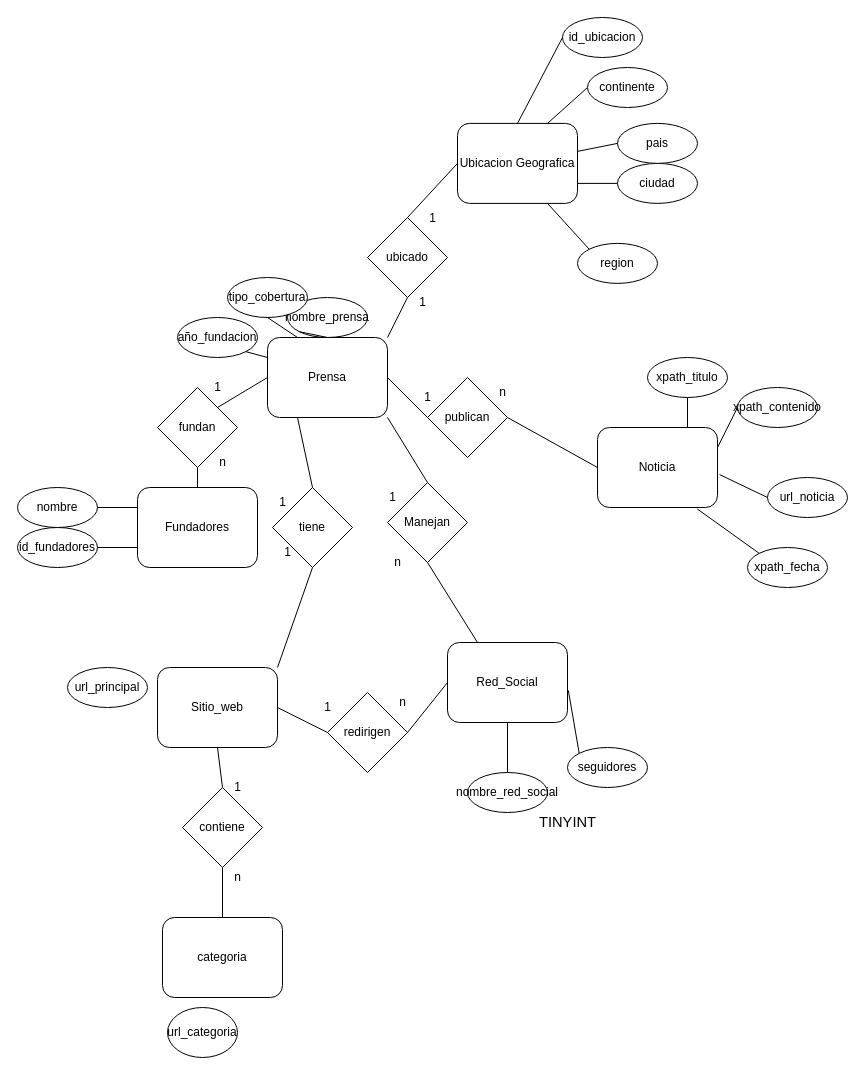
This is Parte-A/CubaMedios.drawio from Paskiben/INFO133-equipo12, a draw.io file, before an edit. Source tidied: cells renumbered, new cells numbered last; positions are measured from the earlier drawing's top-left corner, leaving out a move shared by most shapes. Both pictures are drawn from the tidied source at 100%, with x=0, y=0 at pixel (17, 17).
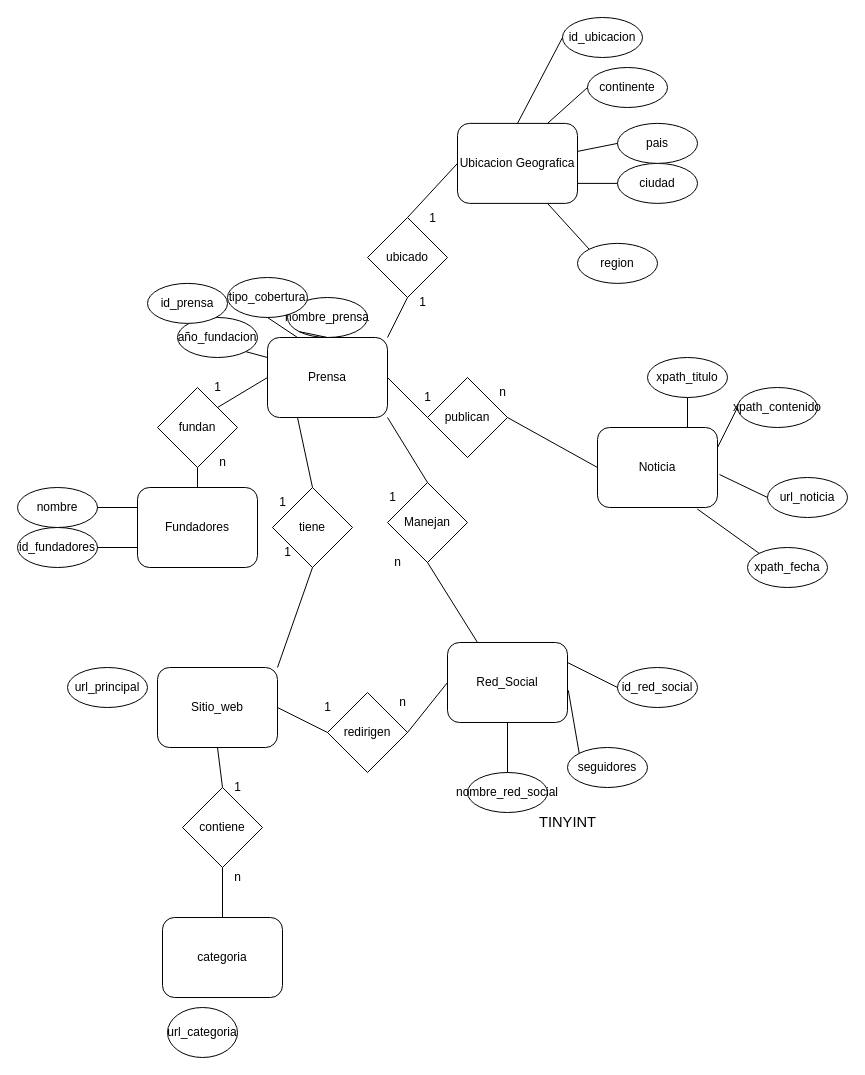
After the change.

Commit message:
todas las entidades tienen id propia

Unchanged cells that the change refers to:
```xml
<mxCell id="14" value="Red_Social" style="rounded=1;whiteSpace=wrap;html=1;" parent="1" vertex="1">
  <mxGeometry x="430" y="625" width="120" height="80" as="geometry" />
</mxCell>
```

Change to the diagram source:
```diff
@@
+    <mxCell id="80" value="id_red_social" style="ellipse;whiteSpace=wrap;html=1;" parent="1" vertex="1">
+      <mxGeometry x="600" y="650" width="80" height="40" as="geometry" />
+    </mxCell>
+    <mxCell id="81" style="endArrow=none;html=1;entryX=0;entryY=0.5;entryDx=0;entryDy=0;exitX=1;exitY=0.25;exitDx=0;exitDy=0;" parent="1" edge="1" source="14" target="80">
+      <mxGeometry relative="1" as="geometry" />
+    </mxCell>
+    <mxCell id="82" value="id_prensa" style="ellipse;whiteSpace=wrap;html=1;" parent="1" vertex="1">
+      <mxGeometry x="130" y="265.9" width="80" height="40" as="geometry" />
+    </mxCell>
```
